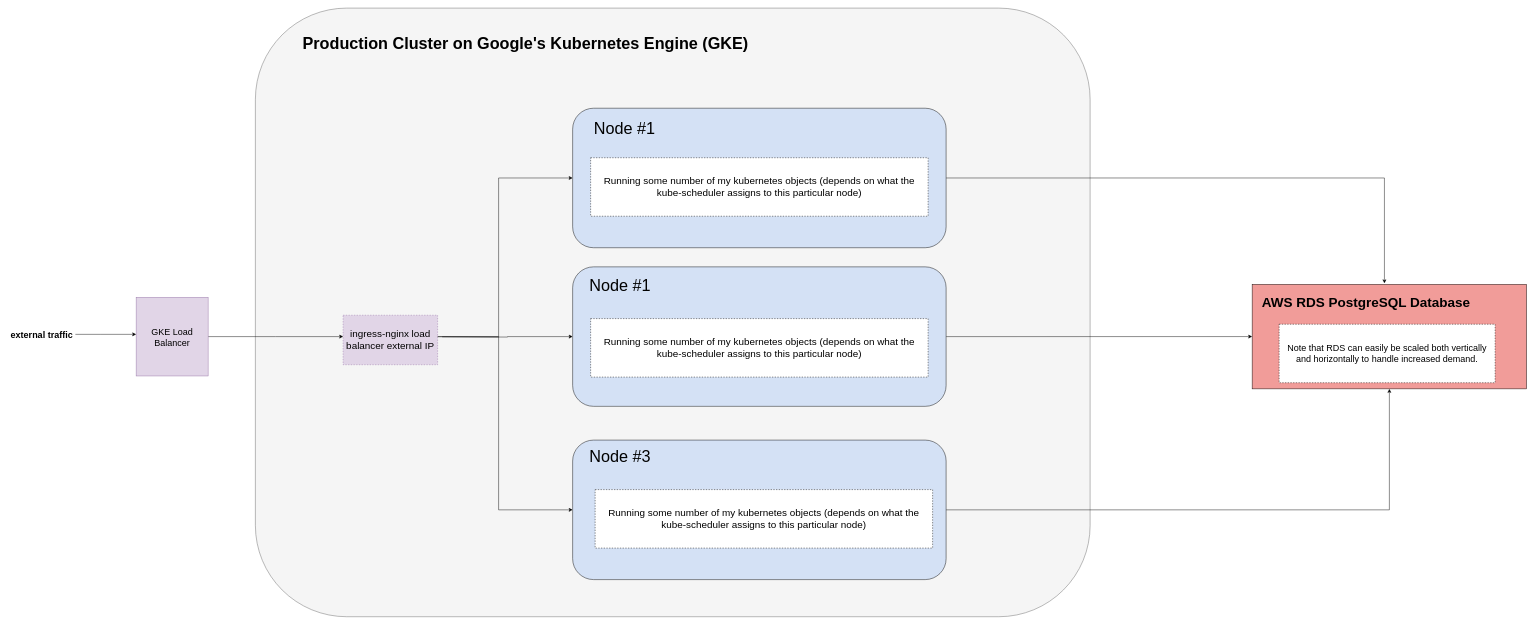
Above: planning/prod_cluster_diagram.drawio in Daniel-Laufer/flashcard-app (draw.io), before the change. Source tidied: cells renumbered, new cells numbered last; positions are measured from the earlier drawing's top-left corner, leaving out a move shared by most shapes. Both pictures are drawn from the tidied source at 45%, with x=0, y=0 at pixel (8, 8).
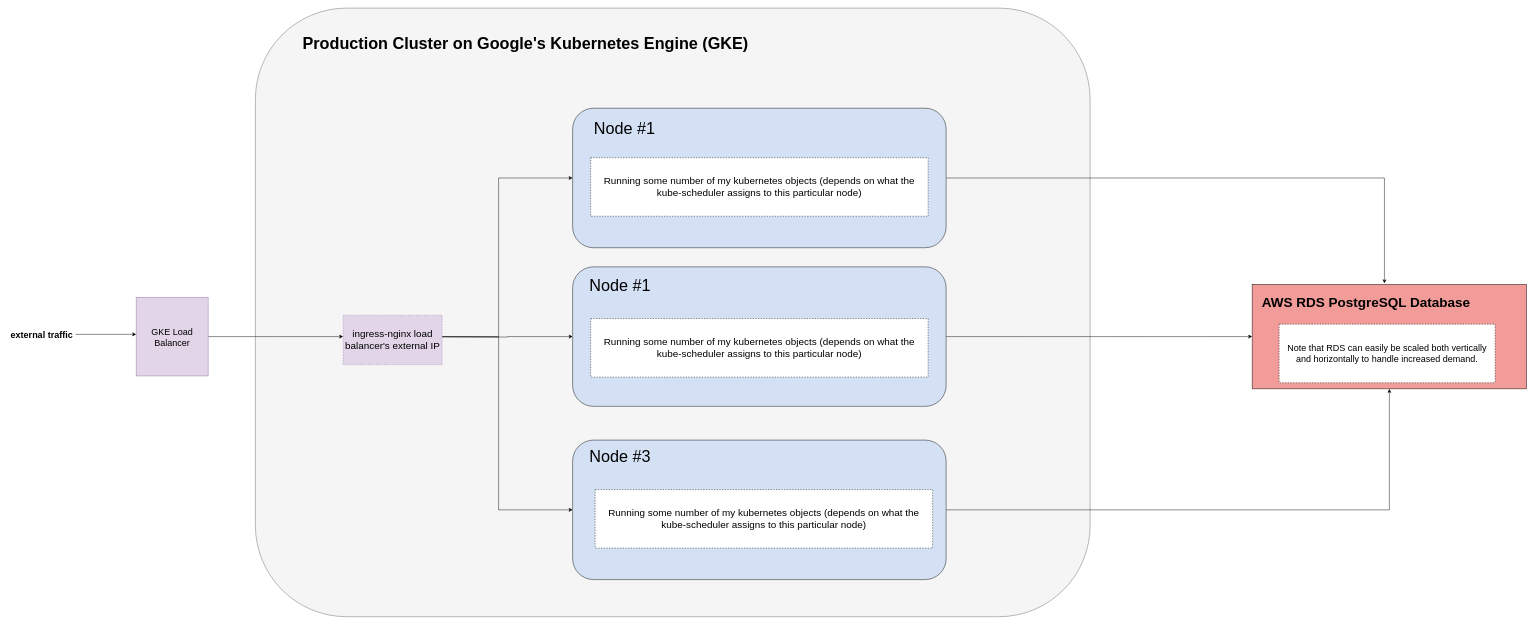
After the change.

Commit message (it also covers changes not shown here):
fixed a couple issues in the readme and kubernetes diagrams

The edit, as a diff of the source:
```diff
@@
-    <mxCell id="26" value="&lt;font style=&quot;font-size: 22px&quot;&gt;ingress-nginx load balancer external IP&lt;/font&gt;" style="rounded=0;whiteSpace=wrap;html=1;dashed=1;fillColor=#e1d5e7;strokeColor=#9673a6;" parent="1" vertex="1">
-      <mxGeometry x="745" y="682" width="210" height="110" as="geometry" />
+    <mxCell id="26" value="&lt;font style=&quot;font-size: 22px&quot;&gt;ingress-nginx load balancer's external IP&lt;/font&gt;" style="rounded=0;whiteSpace=wrap;html=1;dashed=1;fillColor=#e1d5e7;strokeColor=#9673a6;" parent="1" vertex="1">
+      <mxGeometry x="745" y="682" width="220" height="110" as="geometry" />
     </mxCell>
```
